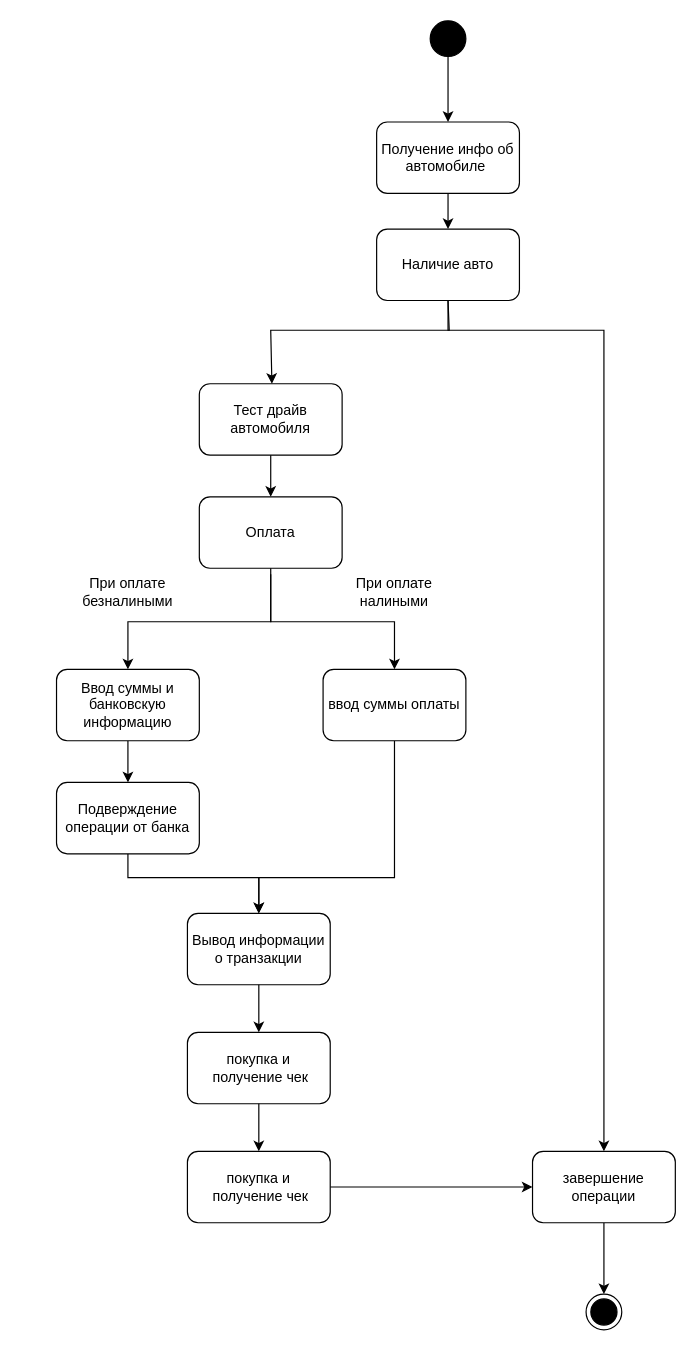
The draw.io diagram page "Page-2" (2 of 2) of akmis_6th_diagram_activity.drawio in mati-tech/draw.io, before the edit. Source tidied: cells renumbered, new cells numbered last; positions are measured from the earlier drawing's top-left corner, leaving out a move shared by most shapes. Both pictures are drawn from the tidied source at 119%, with x=0, y=0 at pixel (44, 20).
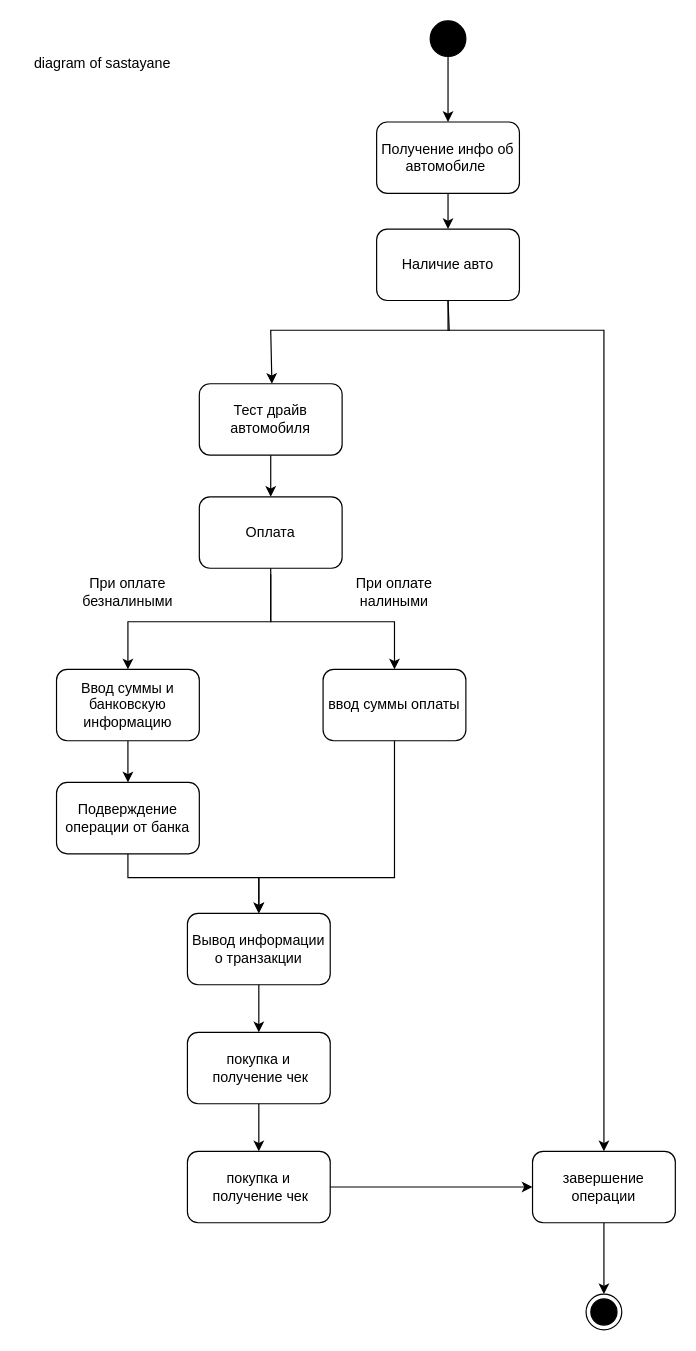
The same page after the edit.

Change to the diagram source:
```diff
@@
+    <mxCell id="31" value="diagram of sastayane&amp;nbsp;&lt;div&gt;&lt;br&gt;&lt;/div&gt;" style="text;html=1;align=center;verticalAlign=middle;strokeColor=none;fillColor=none;" parent="1" vertex="1">
+      <mxGeometry x="-20" y="23" width="140" height="40" as="geometry" />
+    </mxCell>
```
